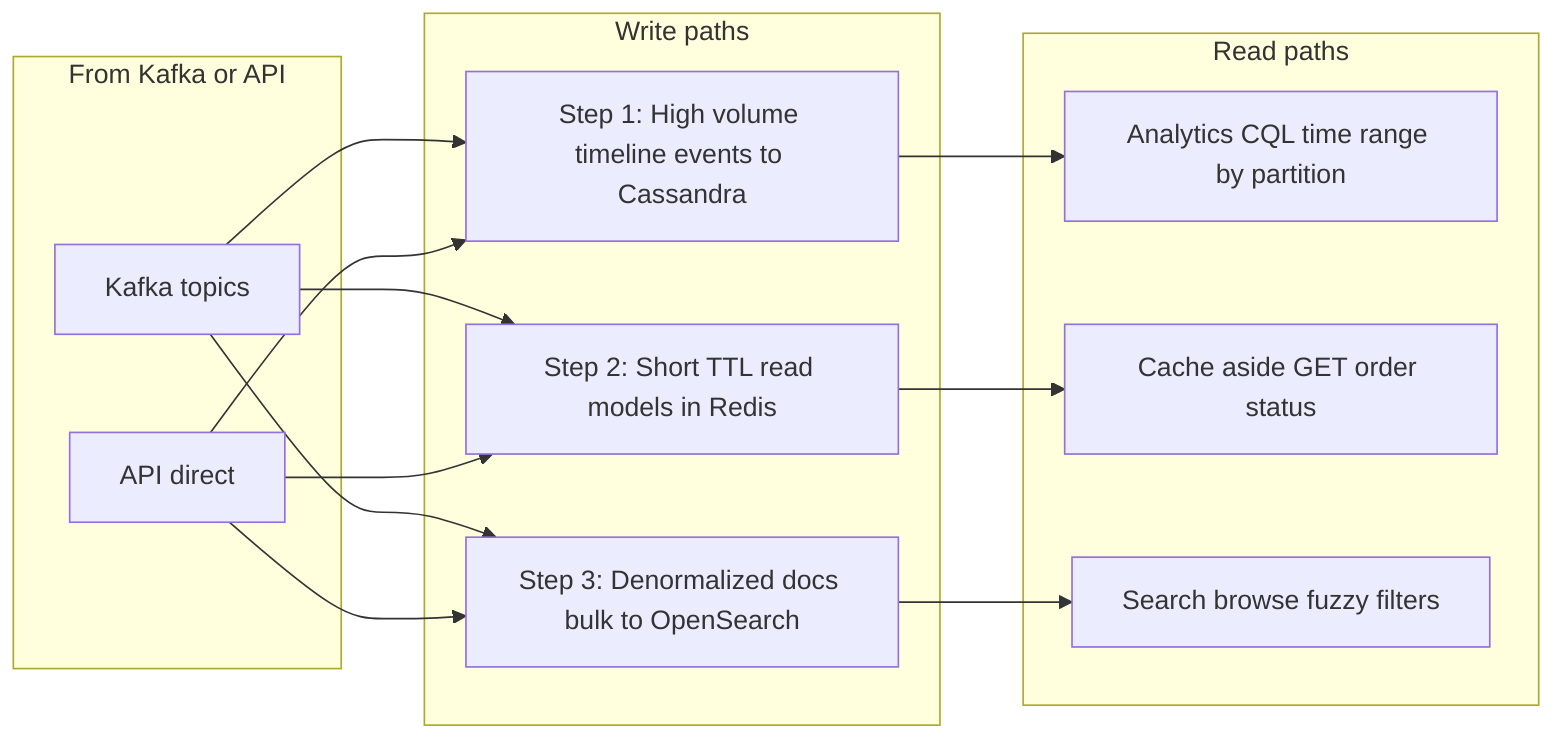
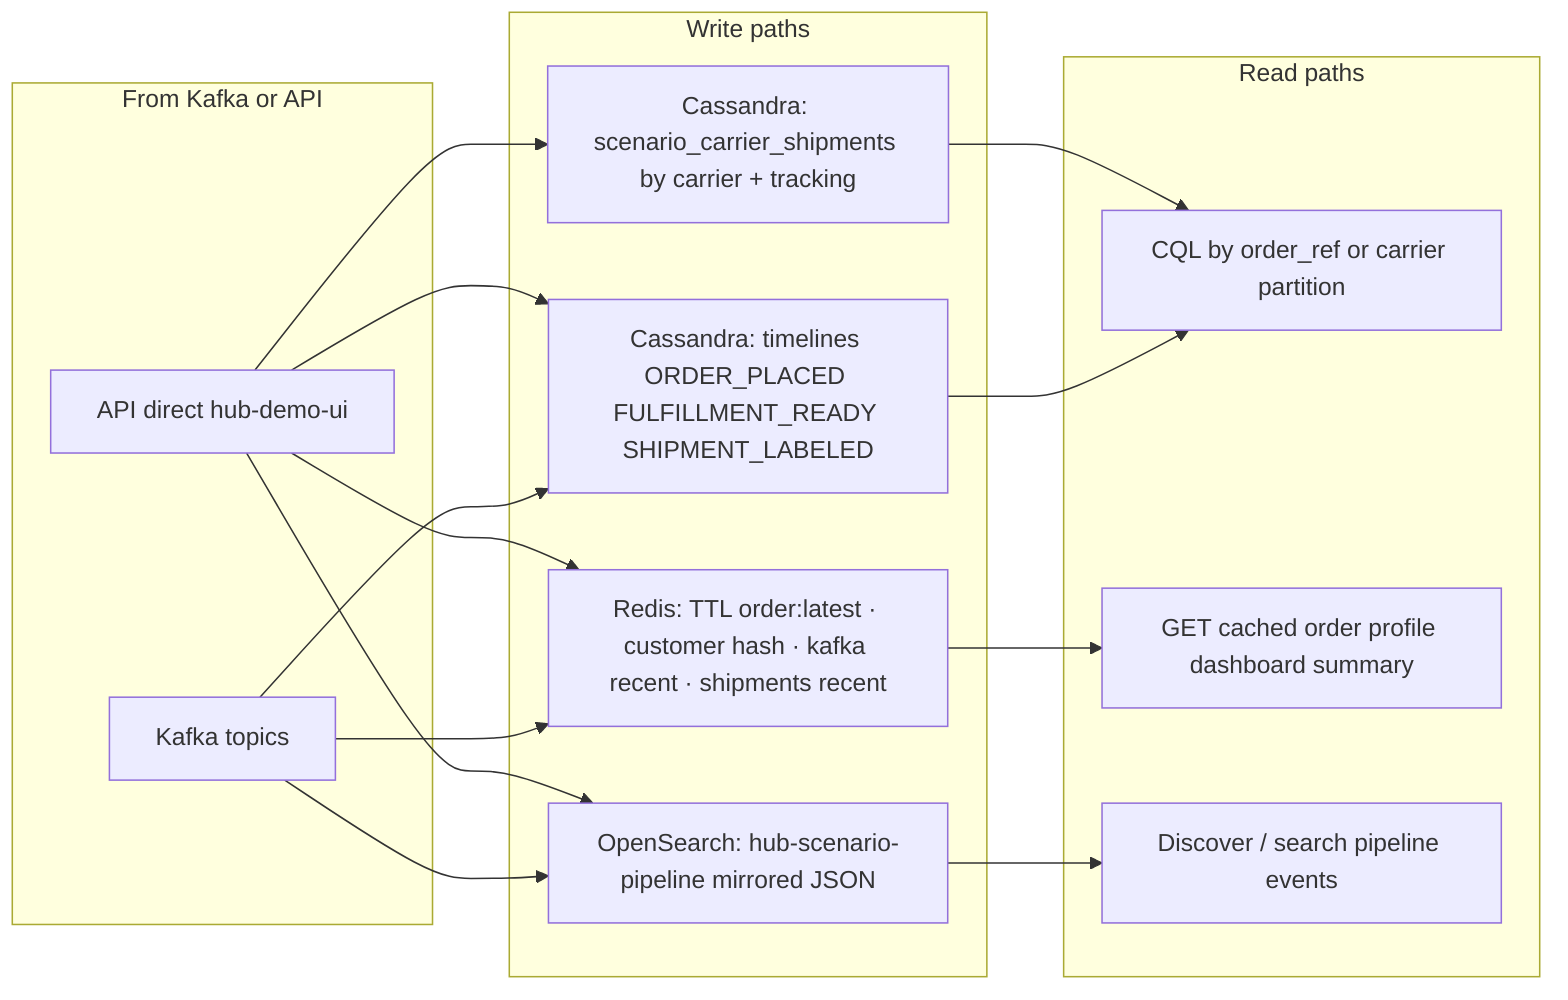
- %% Cassandra + Redis + OpenSearch — how they complement Kafka CDC
+ %% Cassandra + Redis + OpenSearch — Kafka CDC and /scenario hub paths
flowchart LR
  subgraph ingest [From Kafka or API]
    K[Kafka topics]
-     A[API direct]
+     A[API direct hub-demo-ui]
  end

  subgraph write_path [Write paths]
-     C1[Step 1: High volume timeline events to Cassandra]
-     R1[Step 2: Short TTL read models in Redis]
-     O1[Step 3: Denormalized docs bulk to OpenSearch]
+     C1[Cassandra: timelines ORDER_PLACED FULFILLMENT_READY SHIPMENT_LABELED]
+     C2[Cassandra: scenario_carrier_shipments by carrier + tracking]
+     R1[Redis: TTL order:latest · customer hash · kafka recent · shipments recent]
+     O1[OpenSearch: hub-scenario-pipeline mirrored JSON]
  end

  subgraph read_path [Read paths]
-     CQ[Analytics CQL time range by partition]
-     RQ[Cache aside GET order status]
-     OQ[Search browse fuzzy filters]
+     CQ[CQL by order_ref or carrier partition]
+     RQ[GET cached order profile dashboard summary]
+     OQ[Discover / search pipeline events]
  end

  K --> C1
  K --> R1
  K --> O1
  A --> C1
+   A --> C2
  A --> R1
  A --> O1

  C1 --> CQ
+   C2 --> CQ
  R1 --> RQ
  O1 --> OQ
